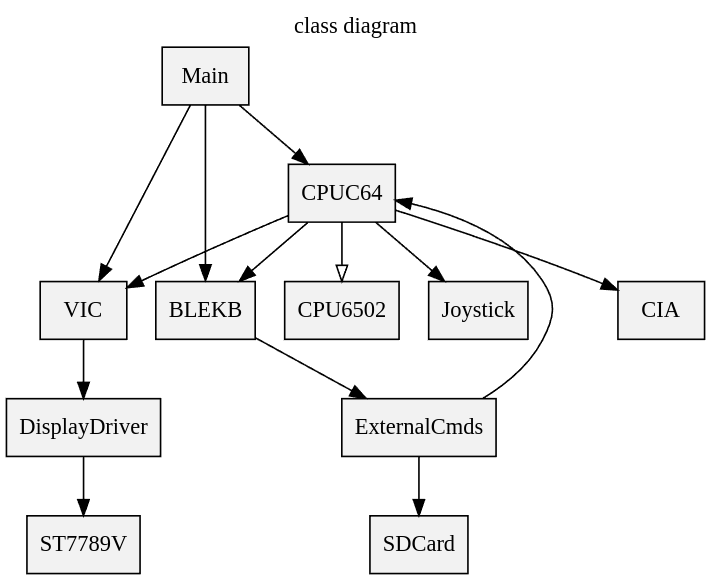
Earlier version of the Graphviz export doc/classdiagram.png (retroelec/T-HMI-C64). Its source is kept beside it as doc/classdiagram.gv.
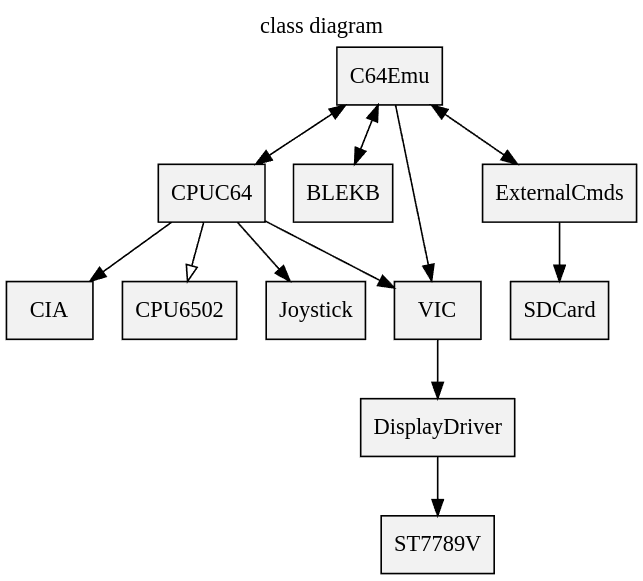
Above is the later version.

Change to the diagram source:
```diff
@@ -8,12 +8,10 @@
     style=filled
     fillcolor=gray95
   ]
-  Main -> CPUC64
-  Main -> BLEKB
-  Main -> VIC
-  BLEKB -> ExternalCmds
-  ExternalCmds -> CPUC64
-  CPUC64 -> BLEKB
+  C64Emu -> CPUC64 [dir=both]
+  C64Emu -> BLEKB [dir=both]
+  C64Emu -> ExternalCmds [dir=both]
+  C64Emu -> VIC
   ExternalCmds -> SDCard
   CPUC64 -> CIA
   CPUC64 -> CPU6502 [arrowhead = empty]
```
